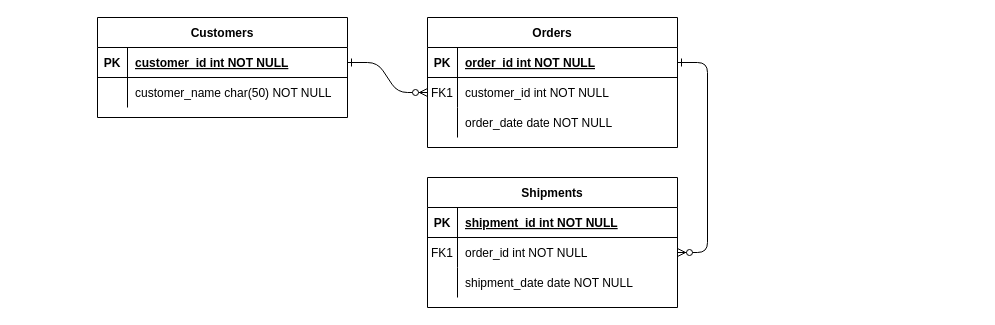
Before: Untitled Diagram.drawio in mgilbert82/gestion-de-liens, a draw.io diagram. Source tidied: cells renumbered, new cells numbered last; positions are measured from the earlier drawing's top-left corner, leaving out a move shared by most shapes. Both pictures are drawn from the tidied source at 100%, with x=0, y=0 at pixel (97, 17).
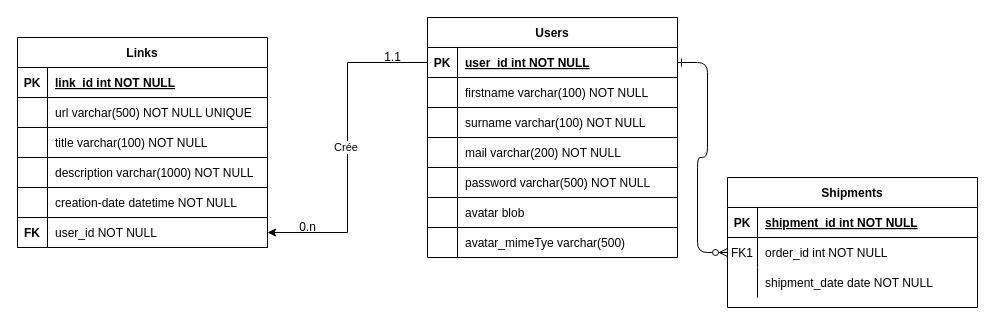
The same page after the edit.

Unchanged cells that the change refers to:
```xml
<mxCell id="5" style="shape=partialRectangle;fillColor=none;points=[[0,0.5],[1,0.5]];portConstraint=eastwest;top=0;left=0;right=0;bottom=1;" parent="4" vertex="1">
  <mxGeometry y="30" width="250" height="30" as="geometry" />
</mxCell>
<mxCell id="25" style="shape=partialRectangle;fillColor=none;points=[[0,0.5],[1,0.5]];portConstraint=eastwest;top=0;left=0;right=0;bottom=1;" parent="24" vertex="1">
  <mxGeometry y="30" width="250" height="30" as="geometry" />
</mxCell>
```

The edit, as a diff of the source:
```diff
@@
-    <mxCell id="2" style="edgeStyle=entityRelationEdgeStyle;endArrow=ERzeroToMany;startArrow=ERone;endFill=1;startFill=0;" parent="1" edge="1" source="25" target="8">
-      <mxGeometry relative="1" as="geometry" />
-    </mxCell>
@@
-    <mxCell id="4" value="Orders" style="shape=table;startSize=30;childLayout=tableLayout;rowLines=0;fontStyle=1;align=center;" parent="1" vertex="1">
-      <mxGeometry x="330" width="250" height="130" as="geometry" />
+    <mxCell id="4" value="Users" style="shape=table;startSize=30;childLayout=tableLayout;rowLines=0;fontStyle=1;align=center;" parent="1" vertex="1">
+      <mxGeometry x="330" width="250" height="240" as="geometry" />
     </mxCell>
@@
-    <mxCell id="7" value="order_id int NOT NULL " style="shape=partialRectangle;overflow=hidden;fillColor=none;top=0;left=0;bottom=0;right=0;align=left;spacingLeft=6;fontStyle=5;" parent="5" vertex="1">
+    <mxCell id="7" value="user_id int NOT NULL " style="shape=partialRectangle;overflow=hidden;fillColor=none;top=0;left=0;bottom=0;right=0;align=left;spacingLeft=6;fontStyle=5;" parent="5" vertex="1">
       <mxGeometry x="30" width="220" height="30" as="geometry" />
     </mxCell>
+    <mxCell id="31" style="shape=partialRectangle;fillColor=none;top=0;left=0;right=0;bottom=1;fontStyle=4;" parent="4" vertex="1">
+      <mxGeometry y="60" width="250" height="30" as="geometry" />
+    </mxCell>
+    <mxCell id="32" style="shape=partialRectangle;overflow=hidden;fillColor=none;top=0;left=0;bottom=0;right=0;fontStyle=1;" parent="31" vertex="1">
+      <mxGeometry width="30" height="30" as="geometry" />
+    </mxCell>
+    <mxCell id="33" value="firstname varchar(100) NOT NULL" style="shape=partialRectangle;overflow=hidden;fillColor=none;top=0;left=0;bottom=0;right=0;align=left;spacingLeft=6;fontStyle=0;" parent="31" vertex="1">
+      <mxGeometry x="30" width="220" height="30" as="geometry" />
+    </mxCell>
+    <mxCell id="34" style="shape=partialRectangle;fillColor=none;top=0;left=0;right=0;bottom=1;" parent="4" vertex="1">
+      <mxGeometry y="90" width="250" height="30" as="geometry" />
+    </mxCell>
+    <mxCell id="35" style="shape=partialRectangle;overflow=hidden;fillColor=none;top=0;left=0;bottom=0;right=0;fontStyle=1;" parent="34" vertex="1">
+      <mxGeometry width="30" height="30" as="geometry" />
+    </mxCell>
+    <mxCell id="36" value="surname varchar(100) NOT NULL" style="shape=partialRectangle;overflow=hidden;fillColor=none;top=0;left=0;bottom=0;right=0;align=left;spacingLeft=6;fontStyle=0;" parent="34" vertex="1">
+      <mxGeometry x="30" width="220" height="30" as="geometry" />
+    </mxCell>
+    <mxCell id="37" style="shape=partialRectangle;fillColor=none;top=0;left=0;right=0;bottom=1;" parent="4" vertex="1">
+      <mxGeometry y="120" width="250" height="30" as="geometry" />
+    </mxCell>
+    <mxCell id="38" style="shape=partialRectangle;overflow=hidden;fillColor=none;top=0;left=0;bottom=0;right=0;fontStyle=1;" parent="37" vertex="1">
+      <mxGeometry width="30" height="30" as="geometry" />
+    </mxCell>
+    <mxCell id="39" value="mail varchar(200) NOT NULL" style="shape=partialRectangle;overflow=hidden;fillColor=none;top=0;left=0;bottom=0;right=0;align=left;spacingLeft=6;fontStyle=0;" parent="37" vertex="1">
+      <mxGeometry x="30" width="220" height="30" as="geometry" />
+    </mxCell>
+    <mxCell id="40" style="shape=partialRectangle;fillColor=none;top=0;left=0;right=0;bottom=1;" parent="4" vertex="1">
+      <mxGeometry y="150" width="250" height="30" as="geometry" />
+    </mxCell>
+    <mxCell id="41" style="shape=partialRectangle;overflow=hidden;fillColor=none;top=0;left=0;bottom=0;right=0;fontStyle=1;" parent="40" vertex="1">
+      <mxGeometry width="30" height="30" as="geometry" />
+    </mxCell>
+    <mxCell id="42" value="password varchar(500) NOT NULL" style="shape=partialRectangle;overflow=hidden;fillColor=none;top=0;left=0;bottom=0;right=0;align=left;spacingLeft=6;fontStyle=0;" parent="40" vertex="1">
+      <mxGeometry x="30" width="220" height="30" as="geometry" />
+    </mxCell>
+    <mxCell id="43" style="shape=partialRectangle;fillColor=none;top=0;left=0;right=0;bottom=1;" parent="4" vertex="1">
+      <mxGeometry y="180" width="250" height="30" as="geometry" />
+    </mxCell>
+    <mxCell id="44" style="shape=partialRectangle;overflow=hidden;fillColor=none;top=0;left=0;bottom=0;right=0;fontStyle=1;" parent="43" vertex="1">
+      <mxGeometry width="30" height="30" as="geometry" />
+    </mxCell>
+    <mxCell id="45" value="avatar blob " style="shape=partialRectangle;overflow=hidden;fillColor=none;top=0;left=0;bottom=0;right=0;align=left;spacingLeft=6;fontStyle=0;" parent="43" vertex="1">
+      <mxGeometry x="30" width="220" height="30" as="geometry" />
+    </mxCell>
     <mxCell id="8" style="shape=partialRectangle;fillColor=none;points=[[0,0.5],[1,0.5]];portConstraint=eastwest;top=0;left=0;right=0;bottom=0;" parent="4" vertex="1">
-      <mxGeometry y="60" width="250" height="30" as="geometry" />
+      <mxGeometry y="210" width="250" height="30" as="geometry" />
     </mxCell>
-    <mxCell id="9" value="FK1" style="shape=partialRectangle;overflow=hidden;fillColor=none;top=0;left=0;bottom=0;right=0;" parent="8" vertex="1">
+    <mxCell id="9" style="shape=partialRectangle;overflow=hidden;fillColor=none;top=0;left=0;bottom=0;right=0;" parent="8" vertex="1">
       <mxGeometry width="30" height="30" as="geometry" />
     </mxCell>
-    <mxCell id="10" value="customer_id int NOT NULL" style="shape=partialRectangle;overflow=hidden;fillColor=none;top=0;left=0;bottom=0;right=0;align=left;spacingLeft=6;" parent="8" vertex="1">
+    <mxCell id="10" value="avatar_mimeTye varchar(500)" style="shape=partialRectangle;overflow=hidden;fillColor=none;top=0;left=0;bottom=0;right=0;align=left;spacingLeft=6;" parent="8" vertex="1">
       <mxGeometry x="30" width="220" height="30" as="geometry" />
     </mxCell>
-    <mxCell id="11" style="shape=partialRectangle;fillColor=none;top=0;left=0;right=0;bottom=0;" parent="4" vertex="1">
-      <mxGeometry y="90" width="250" height="30" as="geometry" />
-    </mxCell>
-    <mxCell id="12" style="shape=partialRectangle;overflow=hidden;fillColor=none;top=0;left=0;bottom=0;right=0;" parent="11" vertex="1">
-      <mxGeometry width="30" height="30" as="geometry" />
-    </mxCell>
-    <mxCell id="13" value="order_date date NOT NULL" style="shape=partialRectangle;overflow=hidden;fillColor=none;top=0;left=0;bottom=0;right=0;align=left;spacingLeft=6;" parent="11" vertex="1">
-      <mxGeometry x="30" width="220" height="30" as="geometry" />
-    </mxCell>
     <mxCell id="14" value="Shipments" style="shape=table;startSize=30;childLayout=tableLayout;rowLines=0;fontStyle=1;align=center;" parent="1" vertex="1">
-      <mxGeometry x="330" y="160" width="250" height="130" as="geometry" />
+      <mxGeometry x="630" y="160" width="250" height="130" as="geometry" />
     </mxCell>
@@
-    <mxCell id="24" value="Customers" style="shape=table;startSize=30;childLayout=tableLayout;rowLines=0;fontStyle=1;align=center;" parent="1" vertex="1">
-      <mxGeometry width="250" height="100" as="geometry" />
+    <mxCell id="24" value="Links" style="shape=table;startSize=30;childLayout=tableLayout;rowLines=0;fontStyle=1;align=center;" parent="1" vertex="1">
+      <mxGeometry x="-80" y="20" width="250" height="210" as="geometry" />
     </mxCell>
@@
-    <mxCell id="27" value="customer_id int NOT NULL " style="shape=partialRectangle;overflow=hidden;fillColor=none;top=0;left=0;bottom=0;right=0;align=left;spacingLeft=6;fontStyle=5;" parent="25" vertex="1">
+    <mxCell id="27" value="link_id int NOT NULL " style="shape=partialRectangle;overflow=hidden;fillColor=none;top=0;left=0;bottom=0;right=0;align=left;spacingLeft=6;fontStyle=5;" parent="25" vertex="1">
       <mxGeometry x="30" width="220" height="30" as="geometry" />
     </mxCell>
-    <mxCell id="28" style="shape=partialRectangle;fillColor=none;top=0;left=0;right=0;bottom=0;" parent="24" vertex="1">
-      <mxGeometry y="60" width="250" height="30" as="geometry" />
-    </mxCell>
-    <mxCell id="29" style="shape=partialRectangle;overflow=hidden;fillColor=none;top=0;left=0;bottom=0;right=0;" parent="28" vertex="1">
-      <mxGeometry width="30" height="30" as="geometry" />
-    </mxCell>
-    <mxCell id="30" value="customer_name char(50) NOT NULL" style="shape=partialRectangle;overflow=hidden;fillColor=none;top=0;left=0;bottom=0;right=0;align=left;spacingLeft=6;" parent="28" vertex="1">
-      <mxGeometry x="30" width="220" height="30" as="geometry" />
-    </mxCell>
+    <mxCell id="46" style="shape=partialRectangle;fillColor=none;top=0;left=0;right=0;bottom=1;" parent="24" vertex="1">
+      <mxGeometry y="60" width="250" height="30" as="geometry" />
+    </mxCell>
+    <mxCell id="47" style="shape=partialRectangle;overflow=hidden;fillColor=none;top=0;left=0;bottom=0;right=0;fontStyle=1;" parent="46" vertex="1">
+      <mxGeometry width="30" height="30" as="geometry" />
+    </mxCell>
+    <mxCell id="48" value="url varchar(500) NOT NULL UNIQUE" style="shape=partialRectangle;overflow=hidden;fillColor=none;top=0;left=0;bottom=0;right=0;align=left;spacingLeft=6;fontStyle=0;" parent="46" vertex="1">
+      <mxGeometry x="30" width="220" height="30" as="geometry" />
+    </mxCell>
+    <mxCell id="49" style="shape=partialRectangle;fillColor=none;top=0;left=0;right=0;bottom=1;" parent="24" vertex="1">
+      <mxGeometry y="90" width="250" height="30" as="geometry" />
+    </mxCell>
+    <mxCell id="50" style="shape=partialRectangle;overflow=hidden;fillColor=none;top=0;left=0;bottom=0;right=0;fontStyle=1;" parent="49" vertex="1">
+      <mxGeometry width="30" height="30" as="geometry" />
+    </mxCell>
+    <mxCell id="51" value="title varchar(100) NOT NULL" style="shape=partialRectangle;overflow=hidden;fillColor=none;top=0;left=0;bottom=0;right=0;align=left;spacingLeft=6;fontStyle=0;" parent="49" vertex="1">
+      <mxGeometry x="30" width="220" height="30" as="geometry" />
+    </mxCell>
+    <mxCell id="52" style="shape=partialRectangle;fillColor=none;top=0;left=0;right=0;bottom=1;" parent="24" vertex="1">
+      <mxGeometry y="120" width="250" height="30" as="geometry" />
+    </mxCell>
+    <mxCell id="53" style="shape=partialRectangle;overflow=hidden;fillColor=none;top=0;left=0;bottom=0;right=0;fontStyle=1;" parent="52" vertex="1">
+      <mxGeometry width="30" height="30" as="geometry" />
+    </mxCell>
+    <mxCell id="54" value="description varchar(1000) NOT NULL" style="shape=partialRectangle;overflow=hidden;fillColor=none;top=0;left=0;bottom=0;right=0;align=left;spacingLeft=6;fontStyle=0;" parent="52" vertex="1">
+      <mxGeometry x="30" width="220" height="30" as="geometry" />
+    </mxCell>
+    <mxCell id="55" style="shape=partialRectangle;fillColor=none;top=0;left=0;right=0;bottom=1;" parent="24" vertex="1">
+      <mxGeometry y="150" width="250" height="30" as="geometry" />
+    </mxCell>
+    <mxCell id="56" style="shape=partialRectangle;overflow=hidden;fillColor=none;top=0;left=0;bottom=0;right=0;fontStyle=1;" parent="55" vertex="1">
+      <mxGeometry width="30" height="30" as="geometry" />
+    </mxCell>
+    <mxCell id="57" value="creation-date datetime NOT NULL" style="shape=partialRectangle;overflow=hidden;fillColor=none;top=0;left=0;bottom=0;right=0;align=left;spacingLeft=6;fontStyle=0;" parent="55" vertex="1">
+      <mxGeometry x="30" width="220" height="30" as="geometry" />
+    </mxCell>
+    <mxCell id="58" style="shape=partialRectangle;fillColor=none;points=[[0,0.5],[1,0.5]];portConstraint=eastwest;top=0;left=0;right=0;bottom=1;" parent="24" vertex="1">
+      <mxGeometry y="180" width="250" height="30" as="geometry" />
+    </mxCell>
+    <mxCell id="59" value="FK" style="shape=partialRectangle;overflow=hidden;fillColor=none;top=0;left=0;bottom=0;right=0;fontStyle=1;" parent="58" vertex="1">
+      <mxGeometry width="30" height="30" as="geometry" />
+    </mxCell>
+    <mxCell id="60" value="user_id NOT NULL" style="shape=partialRectangle;overflow=hidden;fillColor=none;top=0;left=0;bottom=0;right=0;align=left;spacingLeft=6;fontStyle=0;" parent="58" vertex="1">
+      <mxGeometry x="30" width="220" height="30" as="geometry" />
+    </mxCell>
+    <mxCell id="61" value="Crée&amp;nbsp;" style="edgeStyle=orthogonalEdgeStyle;rounded=0;jettySize=auto;html=1;entryX=1;entryY=0.5;entryDx=0;entryDy=0;" parent="1" edge="1" source="5" target="58">
+      <mxGeometry relative="1" as="geometry" />
+    </mxCell>
+    <mxCell id="62" value="0.n" style="text;html=1;align=center;verticalAlign=middle;strokeColor=none;fillColor=none;" parent="1" vertex="1">
+      <mxGeometry x="195" y="200" width="30" height="20" as="geometry" />
+    </mxCell>
+    <mxCell id="63" value="1.1" style="text;html=1;align=center;verticalAlign=middle;strokeColor=none;fillColor=none;" parent="1" vertex="1">
+      <mxGeometry x="280" y="30" width="30" height="20" as="geometry" />
+    </mxCell>
```
